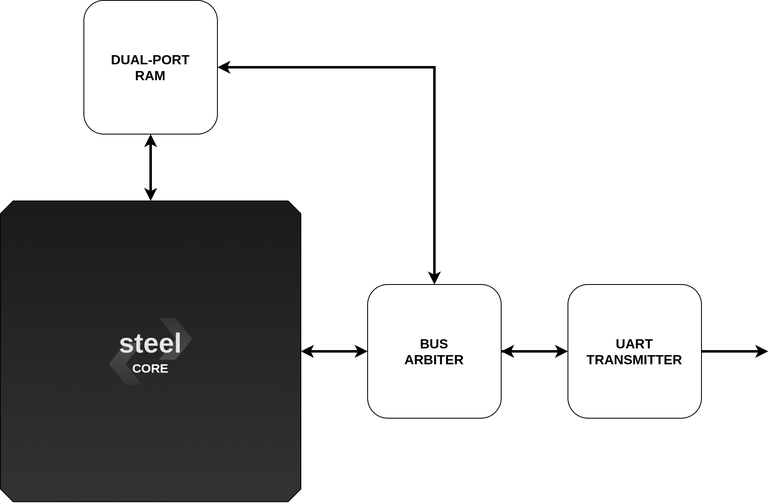
Before: docs/images/steel-soc.png, a diagram exported from draw.io (riscv-steel/riscv-steel). Source tidied: cells renumbered, new cells last; positions are measured from the earlier drawing's top-left corner, leaving out a move shared by most shapes.
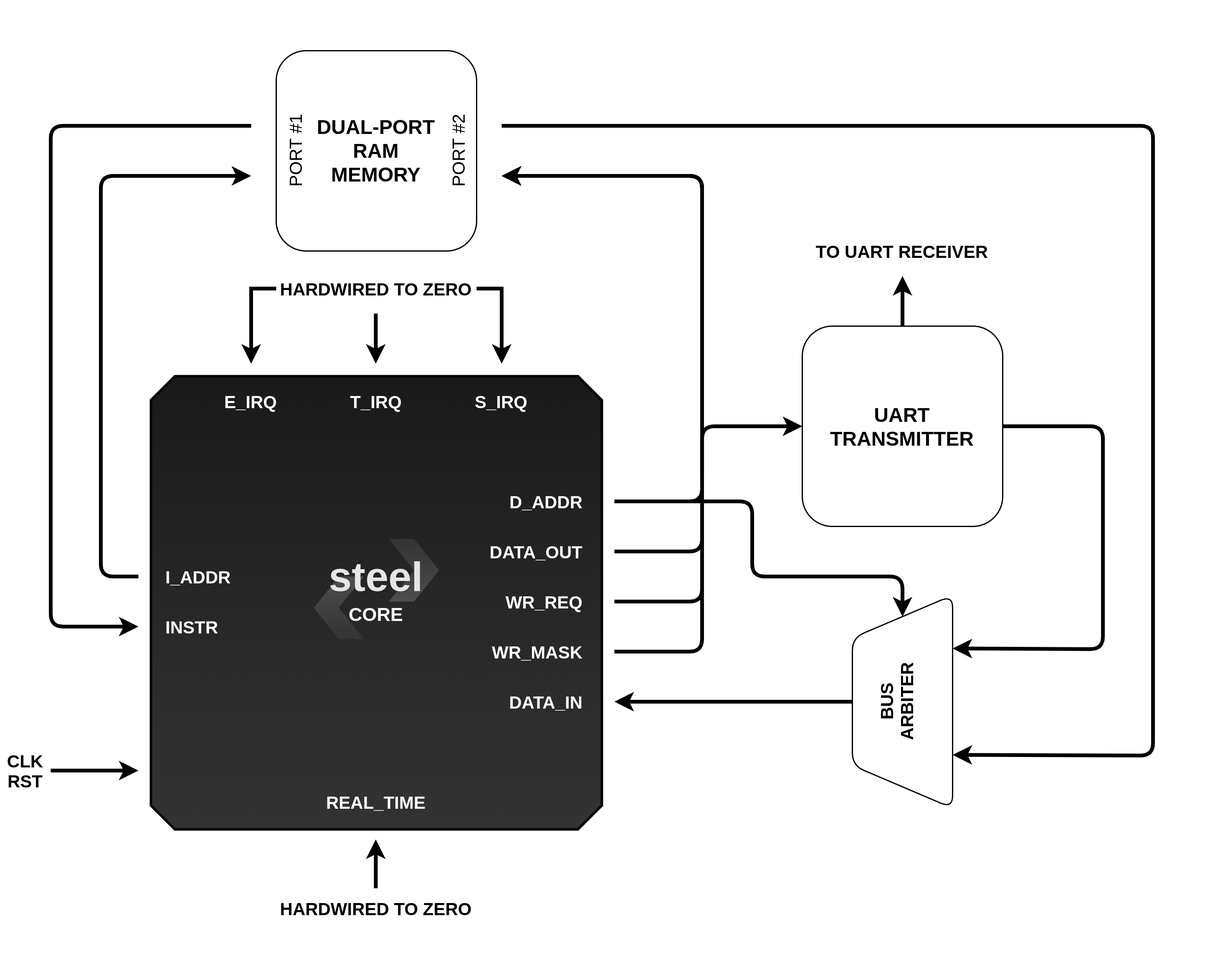
Above is the later version.

Commit message:
Example SoC figure updated.

The edit, as a diff of the source:
```diff
@@ -2,75 +2,224 @@
   <root>
     <mxCell id="0" />
     <mxCell id="1" parent="0" />
-    <mxCell id="2" style="edgeStyle=orthogonalEdgeStyle;rounded=0;jettySize=auto;html=1;exitX=0;exitY=0.5;exitDx=0;exitDy=0;startArrow=classic;startFill=1;strokeWidth=3;entryX=1;entryY=0.5;entryDx=0;entryDy=0;" parent="1" edge="1" source="4" target="7">
-      <mxGeometry relative="1" as="geometry">
-        <Array as="points">
-          <mxPoint x="600" y="420" />
-          <mxPoint x="600" y="420" />
-        </Array>
-      </mxGeometry>
-    </mxCell>
-    <mxCell id="3" style="edgeStyle=orthogonalEdgeStyle;rounded=0;jettySize=auto;html=1;startArrow=none;startFill=0;strokeWidth=3;fontSize=20;fontColor=#000000;" parent="1" edge="1" source="4">
-      <mxGeometry relative="1" as="geometry">
-        <mxPoint x="920" y="420" as="targetPoint" />
-        <Array as="points">
-          <mxPoint x="780" y="420" />
-          <mxPoint x="780" y="420" />
-        </Array>
-      </mxGeometry>
-    </mxCell>
+    <mxCell id="19" style="edgeStyle=orthogonalEdgeStyle;rounded=0;jettySize=auto;html=1;startArrow=none;startFill=0;endArrow=classic;endFill=1;strokeWidth=3;fontSize=14;" parent="1" edge="1" source="4">
+      <mxGeometry relative="1" as="geometry">
+        <mxPoint x="480" y="280" as="targetPoint" />
+      </mxGeometry>
+    </mxCell>
     <mxCell id="4" value="UART&lt;br&gt;TRANSMITTER" style="rounded=1;whiteSpace=wrap;html=1;fontSize=16;fontStyle=1;" parent="1" vertex="1">
-      <mxGeometry x="680" y="340" width="160" height="160" as="geometry" />
+      <mxGeometry x="400" y="320" width="160" height="160" as="geometry" />
     </mxCell>
-    <mxCell id="5" value="DUAL-PORT&lt;br style=&quot;font-size: 16px&quot;&gt;RAM" style="rounded=1;whiteSpace=wrap;html=1;fontSize=16;fontStyle=1;" parent="1" vertex="1">
-      <mxGeometry x="100" width="160" height="160" as="geometry" />
+    <mxCell id="5" value="DUAL-PORT&lt;br style=&quot;font-size: 16px&quot;&gt;RAM&lt;br&gt;MEMORY" style="rounded=1;whiteSpace=wrap;html=1;fontSize=16;fontStyle=1;" parent="1" vertex="1">
+      <mxGeometry x="-20" y="100" width="160" height="160" as="geometry" />
     </mxCell>
-    <mxCell id="6" style="edgeStyle=orthogonalEdgeStyle;rounded=0;jettySize=auto;html=1;entryX=0.5;entryY=1;entryDx=0;entryDy=0;startArrow=classic;startFill=1;strokeWidth=3;" parent="1" edge="1" source="7">
-      <mxGeometry relative="1" as="geometry">
-        <mxPoint x="360" y="420" as="targetPoint" />
-      </mxGeometry>
-    </mxCell>
-    <mxCell id="7" value="BUS&lt;br style=&quot;font-size: 16px&quot;&gt;ARBITER" style="rounded=1;whiteSpace=wrap;html=1;horizontal=1;fontSize=16;fontStyle=1;" parent="1" vertex="1">
-      <mxGeometry x="440" y="340" width="160" height="160" as="geometry" />
-    </mxCell>
-    <mxCell id="8" style="edgeStyle=orthogonalEdgeStyle;rounded=0;jettySize=auto;html=1;startArrow=classic;startFill=1;strokeWidth=3;entryX=0.5;entryY=0;entryDx=0;entryDy=0;" parent="1" edge="1" source="5" target="7">
-      <mxGeometry relative="1" as="geometry">
-        <Array as="points">
-          <mxPoint x="520" y="80" />
-        </Array>
-      </mxGeometry>
-    </mxCell>
-    <mxCell id="9" style="edgeStyle=orthogonalEdgeStyle;rounded=0;jettySize=auto;html=1;strokeWidth=3;startArrow=classic;startFill=1;" parent="1" edge="1" source="5">
-      <mxGeometry relative="1" as="geometry">
-        <mxPoint x="180" y="240" as="targetPoint" />
-      </mxGeometry>
-    </mxCell>
-    <mxCell id="10" style="verticalLabelPosition=bottom;verticalAlign=top;html=1;shape=mxgraph.basic.orthogonal_triangle;rounded=0;glass=0;comic=0;fillColor=#ffffff;gradientColor=none;fontSize=20;fontColor=#000000;strokeColor=#FFFFFF;direction=south;" parent="1" vertex="1">
-      <mxGeometry y="240" width="10" height="10" as="geometry" />
-    </mxCell>
     <mxCell id="11" style="verticalLabelPosition=bottom;verticalAlign=top;html=1;shape=mxgraph.basic.orthogonal_triangle;rounded=0;glass=0;comic=0;fillColor=#ffffff;gradientColor=none;fontSize=20;fontColor=#000000;strokeColor=#FFFFFF;" parent="1" vertex="1">
       <mxGeometry y="590" width="10" height="10" as="geometry" />
     </mxCell>
-    <mxCell id="12" style="verticalLabelPosition=bottom;verticalAlign=top;html=1;shape=mxgraph.basic.orthogonal_triangle;rounded=0;glass=0;comic=0;fillColor=#ffffff;gradientColor=none;fontSize=20;fontColor=#000000;strokeColor=#FFFFFF;direction=west;" parent="1" vertex="1">
-      <mxGeometry x="350" y="240" width="10" height="10" as="geometry" />
-    </mxCell>
-    <mxCell id="13" style="verticalLabelPosition=bottom;verticalAlign=top;html=1;shape=mxgraph.basic.orthogonal_triangle;rounded=0;glass=0;comic=0;fillColor=#ffffff;gradientColor=none;fontSize=20;fontColor=#000000;strokeColor=#FFFFFF;direction=north;" parent="1" vertex="1">
-      <mxGeometry x="350" y="590" width="10" height="10" as="geometry" />
-    </mxCell>
-    <mxCell id="14" style="whiteSpace=wrap;html=1;shape=mxgraph.basic.octagon2;align=center;verticalAlign=middle;dx=7.64;fontSize=16;fillColor=#1A1A1A;gradientColor=#333333;" parent="1" vertex="1">
-      <mxGeometry y="240" width="360" height="360" as="geometry" />
-    </mxCell>
-    <mxCell id="15" style="shape=step;perimeter=stepPerimeter;whiteSpace=wrap;html=1;fixedSize=1;rounded=0;shadow=0;glass=0;comic=0;labelBackgroundColor=none;strokeColor=none;fillColor=#4D4D4D;gradientColor=#333333;fontFamily=Helvetica;fontSize=7;fontColor=#1A1A1A;align=center;gradientDirection=north;size=20;" parent="1" vertex="1">
-      <mxGeometry x="190" y="380" width="40" height="50" as="geometry" />
-    </mxCell>
-    <mxCell id="16" style="shape=step;perimeter=stepPerimeter;whiteSpace=wrap;html=1;fixedSize=1;rounded=0;shadow=0;glass=0;comic=0;labelBackgroundColor=none;strokeColor=none;fillColor=#4D4D4D;gradientColor=#333333;fontFamily=Helvetica;fontSize=7;fontColor=#E6E6E6;align=center;rotation=-180;gradientDirection=north;size=20;" parent="1" vertex="1">
-      <mxGeometry x="130" y="410" width="40" height="50" as="geometry" />
-    </mxCell>
+    <mxCell id="20" style="whiteSpace=wrap;html=1;shape=mxgraph.basic.octagon2;align=center;verticalAlign=middle;dx=9.57;strokeWidth=2;fillColor=#1A1A1A;gradientColor=#333333;" parent="1" vertex="1">
+      <mxGeometry x="-120" y="360" width="360" height="362" as="geometry" />
+    </mxCell>
+    <mxCell id="21" value="I_ADDR" style="text;html=1;strokeColor=none;fillColor=none;align=left;verticalAlign=middle;whiteSpace=wrap;rounded=0;fontSize=14;fontStyle=1;fontColor=#FFFFFF;" parent="1" vertex="1">
+      <mxGeometry x="-110" y="510" width="40" height="20" as="geometry" />
+    </mxCell>
+    <mxCell id="22" value="INSTR" style="text;html=1;strokeColor=none;fillColor=none;align=left;verticalAlign=middle;whiteSpace=wrap;rounded=0;fontSize=14;fontStyle=1;fontColor=#FFFFFF;" parent="1" vertex="1">
+      <mxGeometry x="-110" y="550" width="40" height="20" as="geometry" />
+    </mxCell>
+    <mxCell id="23" value="D_ADDR" style="text;html=1;strokeColor=none;fillColor=none;align=right;verticalAlign=middle;whiteSpace=wrap;rounded=0;fontSize=14;fontStyle=1;fontColor=#FFFFFF;" parent="1" vertex="1">
+      <mxGeometry x="187" y="450" width="40" height="20" as="geometry" />
+    </mxCell>
+    <mxCell id="24" value="DATA_OUT" style="text;html=1;strokeColor=none;fillColor=none;align=right;verticalAlign=middle;whiteSpace=wrap;rounded=0;fontSize=14;fontStyle=1;fontColor=#FFFFFF;" parent="1" vertex="1">
+      <mxGeometry x="187" y="490" width="40" height="20" as="geometry" />
+    </mxCell>
+    <mxCell id="25" value="DATA_IN" style="text;html=1;strokeColor=none;fillColor=none;align=right;verticalAlign=middle;whiteSpace=wrap;rounded=0;fontSize=14;fontStyle=1;fontColor=#FFFFFF;" parent="1" vertex="1">
+      <mxGeometry x="187" y="610" width="40" height="20" as="geometry" />
+    </mxCell>
+    <mxCell id="26" value="WR_REQ" style="text;html=1;strokeColor=none;fillColor=none;align=right;verticalAlign=middle;whiteSpace=wrap;rounded=0;fontSize=14;fontStyle=1;fontColor=#FFFFFF;" parent="1" vertex="1">
+      <mxGeometry x="187" y="530" width="40" height="20" as="geometry" />
+    </mxCell>
+    <mxCell id="27" value="WR_MASK" style="text;html=1;strokeColor=none;fillColor=none;align=right;verticalAlign=middle;whiteSpace=wrap;rounded=0;fontSize=14;fontStyle=1;fontColor=#FFFFFF;" parent="1" vertex="1">
+      <mxGeometry x="187" y="570" width="40" height="20" as="geometry" />
+    </mxCell>
+    <mxCell id="28" value="E_IRQ" style="text;html=1;strokeColor=none;fillColor=none;align=center;verticalAlign=middle;whiteSpace=wrap;rounded=0;fontSize=14;fontStyle=1;fontColor=#FFFFFF;" parent="1" vertex="1">
+      <mxGeometry x="-60" y="370" width="40" height="20" as="geometry" />
+    </mxCell>
+    <mxCell id="29" value="T_IRQ" style="text;html=1;strokeColor=none;fillColor=none;align=center;verticalAlign=middle;whiteSpace=wrap;rounded=0;fontSize=14;fontStyle=1;fontColor=#FFFFFF;" parent="1" vertex="1">
+      <mxGeometry x="40" y="370" width="40" height="20" as="geometry" />
+    </mxCell>
+    <mxCell id="30" value="S_IRQ" style="text;html=1;strokeColor=none;fillColor=none;align=center;verticalAlign=middle;whiteSpace=wrap;rounded=0;fontSize=14;fontStyle=1;fontColor=#FFFFFF;" parent="1" vertex="1">
+      <mxGeometry x="140" y="370" width="40" height="20" as="geometry" />
+    </mxCell>
+    <mxCell id="31" value="REAL_TIME" style="text;html=1;strokeColor=none;fillColor=none;align=center;verticalAlign=middle;whiteSpace=wrap;rounded=0;fontSize=14;fontStyle=1;fontColor=#FFFFFF;" parent="1" vertex="1">
+      <mxGeometry x="40" y="690" width="40" height="20" as="geometry" />
+    </mxCell>
+    <mxCell id="32" style="endArrow=classic;html=1;fontSize=14;fontColor=#E6E6E6;strokeWidth=3;" parent="1" edge="1">
+      <mxGeometry relative="1" as="geometry">
+        <mxPoint x="59.5" y="310" as="sourcePoint" />
+        <mxPoint x="59.5" y="350" as="targetPoint" />
+      </mxGeometry>
+    </mxCell>
+    <mxCell id="33" style="endArrow=classic;html=1;fontSize=14;fontColor=#E6E6E6;strokeWidth=3;" parent="1" edge="1">
+      <mxGeometry relative="1" as="geometry">
+        <mxPoint x="59.5" y="769" as="sourcePoint" />
+        <mxPoint x="59.5" y="730" as="targetPoint" />
+      </mxGeometry>
+    </mxCell>
+    <mxCell id="34" style="edgeStyle=orthogonalEdgeStyle;rounded=0;jettySize=auto;html=1;fontSize=24;strokeWidth=3;" parent="1" edge="1" source="36">
+      <mxGeometry relative="1" as="geometry">
+        <mxPoint x="160" y="350" as="targetPoint" />
+      </mxGeometry>
+    </mxCell>
+    <mxCell id="35" style="edgeStyle=orthogonalEdgeStyle;rounded=0;jettySize=auto;html=1;strokeWidth=3;fontSize=24;" parent="1" edge="1" source="36">
+      <mxGeometry relative="1" as="geometry">
+        <mxPoint x="-40" y="350" as="targetPoint" />
+      </mxGeometry>
+    </mxCell>
+    <mxCell id="36" value="HARDWIRED TO ZERO" style="text;html=1;strokeColor=none;fillColor=none;align=center;verticalAlign=middle;whiteSpace=wrap;rounded=0;fontSize=14;fontColor=#000000;fontStyle=1;" parent="1" vertex="1">
+      <mxGeometry x="-20" y="280" width="160" height="20" as="geometry" />
+    </mxCell>
+    <mxCell id="37" value="HARDWIRED TO ZERO" style="text;html=1;strokeColor=none;fillColor=none;align=center;verticalAlign=middle;whiteSpace=wrap;rounded=0;fontSize=14;fontColor=#000000;fontStyle=1;" parent="1" vertex="1">
+      <mxGeometry x="-120" y="775" width="360" height="20" as="geometry" />
+    </mxCell>
+    <mxCell id="38" style="shape=step;perimeter=stepPerimeter;whiteSpace=wrap;html=1;fixedSize=1;rounded=0;shadow=0;glass=0;comic=0;labelBackgroundColor=none;strokeColor=none;fillColor=#4D4D4D;gradientColor=#333333;fontFamily=Helvetica;fontSize=7;fontColor=#1A1A1A;align=center;gradientDirection=north;size=20;" parent="1" vertex="1">
+      <mxGeometry x="70" y="490" width="40" height="50" as="geometry" />
+    </mxCell>
+    <mxCell id="39" style="shape=step;perimeter=stepPerimeter;whiteSpace=wrap;html=1;fixedSize=1;rounded=0;shadow=0;glass=0;comic=0;labelBackgroundColor=none;strokeColor=none;fillColor=#4D4D4D;gradientColor=#333333;fontFamily=Helvetica;fontSize=7;fontColor=#E6E6E6;align=center;rotation=-180;gradientDirection=north;size=20;" parent="1" vertex="1">
+      <mxGeometry x="10" y="520" width="40" height="50" as="geometry" />
+    </mxCell>
     <mxCell id="17" value="steel" style="text;html=1;strokeColor=none;fillColor=none;align=center;verticalAlign=middle;whiteSpace=wrap;rounded=0;fontSize=33;fontColor=#E6E6E6;fontStyle=1;labelBorderColor=none;labelBackgroundColor=none;fontFamily=Helvetica;" parent="1" vertex="1">
-      <mxGeometry x="160" y="400" width="40" height="20" as="geometry" />
+      <mxGeometry x="40" y="510" width="40" height="20" as="geometry" />
     </mxCell>
     <mxCell id="18" value="CORE" style="text;html=1;strokeColor=none;fillColor=none;align=center;verticalAlign=middle;whiteSpace=wrap;rounded=0;fontSize=15;fontColor=#FFFFFF;fontStyle=1;labelBorderColor=none;labelBackgroundColor=none;fontFamily=Helvetica;" parent="1" vertex="1">
-      <mxGeometry x="160" y="430" width="40" height="20" as="geometry" />
+      <mxGeometry x="40" y="540" width="40" height="20" as="geometry" />
     </mxCell>
+    <mxCell id="40" value="PORT #1" style="text;html=1;strokeColor=none;fillColor=none;align=center;verticalAlign=middle;whiteSpace=wrap;rounded=0;fontSize=14;rotation=-90;" parent="1" vertex="1">
+      <mxGeometry x="-60" y="170" width="110" height="20" as="geometry" />
+    </mxCell>
+    <mxCell id="41" style="endArrow=classic;html=1;strokeWidth=3;fontSize=14;" parent="1" edge="1">
+      <mxGeometry relative="1" as="geometry">
+        <mxPoint x="-130" y="520" as="sourcePoint" />
+        <mxPoint x="-40" y="200" as="targetPoint" />
+        <Array as="points">
+          <mxPoint x="-160" y="520" />
+          <mxPoint x="-160" y="200" />
+        </Array>
+      </mxGeometry>
+    </mxCell>
+    <mxCell id="42" value="PORT #2" style="text;html=1;strokeColor=none;fillColor=none;align=center;verticalAlign=middle;whiteSpace=wrap;rounded=0;fontSize=14;rotation=-90;" parent="1" vertex="1">
+      <mxGeometry x="70" y="170" width="110" height="20" as="geometry" />
+    </mxCell>
+    <mxCell id="43" style="endArrow=none;html=1;strokeWidth=3;fontSize=14;startArrow=classic;startFill=1;endFill=0;" parent="1" edge="1">
+      <mxGeometry relative="1" as="geometry">
+        <mxPoint x="-130" y="560" as="sourcePoint" />
+        <mxPoint x="-40" y="160" as="targetPoint" />
+        <Array as="points">
+          <mxPoint x="-200" y="560" />
+          <mxPoint x="-200" y="160" />
+        </Array>
+      </mxGeometry>
+    </mxCell>
+    <mxCell id="44" style="edgeStyle=orthogonalEdgeStyle;rounded=0;jettySize=auto;html=1;startArrow=none;startFill=0;endArrow=classic;endFill=1;strokeWidth=3;fontSize=14;" parent="1" edge="1" source="45">
+      <mxGeometry relative="1" as="geometry">
+        <mxPoint x="250" y="620" as="targetPoint" />
+      </mxGeometry>
+    </mxCell>
+    <mxCell id="45" style="shape=trapezoid;perimeter=trapezoidPerimeter;whiteSpace=wrap;html=1;direction=south;horizontal=0;fontStyle=1;fontSize=18;gradientDirection=north;rounded=1;rotation=-180;verticalAlign=middle;" parent="1" vertex="1">
+      <mxGeometry x="440" y="535" width="80" height="170" as="geometry" />
+    </mxCell>
+    <mxCell id="46" style="endArrow=classic;html=1;strokeWidth=3;fontSize=14;" parent="1" edge="1">
+      <mxGeometry relative="1" as="geometry">
+        <mxPoint x="250" y="460" as="sourcePoint" />
+        <mxPoint x="160" y="200" as="targetPoint" />
+        <Array as="points">
+          <mxPoint x="320" y="460" />
+          <mxPoint x="320" y="200" />
+        </Array>
+      </mxGeometry>
+    </mxCell>
+    <mxCell id="47" style="endArrow=classic;html=1;strokeWidth=3;fontSize=14;" parent="1" edge="1">
+      <mxGeometry relative="1" as="geometry">
+        <mxPoint x="250" y="500" as="sourcePoint" />
+        <mxPoint x="160" y="200" as="targetPoint" />
+        <Array as="points">
+          <mxPoint x="320" y="500" />
+          <mxPoint x="320" y="200" />
+        </Array>
+      </mxGeometry>
+    </mxCell>
+    <mxCell id="48" style="endArrow=classic;html=1;strokeWidth=3;fontSize=14;" parent="1" edge="1">
+      <mxGeometry relative="1" as="geometry">
+        <mxPoint x="250" y="540" as="sourcePoint" />
+        <mxPoint x="160" y="200" as="targetPoint" />
+        <Array as="points">
+          <mxPoint x="320" y="540" />
+          <mxPoint x="320" y="200" />
+        </Array>
+      </mxGeometry>
+    </mxCell>
+    <mxCell id="49" style="endArrow=classic;html=1;strokeWidth=3;fontSize=14;" parent="1" edge="1">
+      <mxGeometry relative="1" as="geometry">
+        <mxPoint x="250" y="580" as="sourcePoint" />
+        <mxPoint x="160" y="200" as="targetPoint" />
+        <Array as="points">
+          <mxPoint x="320" y="580" />
+          <mxPoint x="320" y="200" />
+        </Array>
+      </mxGeometry>
+    </mxCell>
+    <mxCell id="50" style="endArrow=classic;html=1;strokeWidth=3;fontSize=14;entryX=0;entryY=0.5;entryDx=0;entryDy=0;" parent="1" edge="1" target="4">
+      <mxGeometry relative="1" as="geometry">
+        <mxPoint x="320" y="440" as="sourcePoint" />
+        <Array as="points">
+          <mxPoint x="320" y="400" />
+        </Array>
+      </mxGeometry>
+    </mxCell>
+    <mxCell id="51" style="endArrow=classic;html=1;strokeWidth=3;fontSize=14;entryX=1;entryY=0.5;entryDx=0;entryDy=0;" parent="1" edge="1" target="45">
+      <mxGeometry relative="1" as="geometry">
+        <mxPoint x="260" y="460" as="sourcePoint" />
+        <Array as="points">
+          <mxPoint x="360" y="460" />
+          <mxPoint x="360" y="520" />
+          <mxPoint x="480" y="520" />
+        </Array>
+      </mxGeometry>
+    </mxCell>
+    <mxCell id="52" style="endArrow=classic;html=1;strokeWidth=3;fontSize=14;entryX=0.25;entryY=1;entryDx=0;entryDy=0;" parent="1" edge="1" target="45">
+      <mxGeometry relative="1" as="geometry">
+        <mxPoint x="160" y="160" as="sourcePoint" />
+        <Array as="points">
+          <mxPoint x="680" y="160" />
+          <mxPoint x="680" y="663" />
+        </Array>
+      </mxGeometry>
+    </mxCell>
+    <mxCell id="53" style="endArrow=classic;html=1;strokeWidth=3;fontSize=14;entryX=0.75;entryY=1;entryDx=0;entryDy=0;exitX=1;exitY=0.5;exitDx=0;exitDy=0;" parent="1" edge="1" source="4" target="45">
+      <mxGeometry relative="1" as="geometry">
+        <Array as="points">
+          <mxPoint x="640" y="400" />
+          <mxPoint x="640" y="578" />
+        </Array>
+      </mxGeometry>
+    </mxCell>
+    <mxCell id="7" value="BUS&lt;br&gt;ARBITER" style="text;html=1;strokeColor=none;fillColor=none;align=center;verticalAlign=middle;whiteSpace=wrap;rounded=0;fontSize=14;fontStyle=1;rotation=-90;" parent="1" vertex="1">
+      <mxGeometry x="420" y="608" width="110" height="24" as="geometry" />
+    </mxCell>
+    <mxCell id="54" value="TO UART RECEIVER" style="text;html=1;strokeColor=none;fillColor=none;align=center;verticalAlign=middle;whiteSpace=wrap;rounded=0;fontSize=14;fontColor=#000000;fontStyle=1;" parent="1" vertex="1">
+      <mxGeometry x="400" y="250" width="160" height="20" as="geometry" />
+    </mxCell>
+    <mxCell id="55" value="CLK&lt;br&gt;RST" style="text;html=1;strokeColor=none;fillColor=none;align=center;verticalAlign=middle;whiteSpace=wrap;rounded=0;fontSize=14;fontColor=#000000;fontStyle=1;" parent="1" vertex="1">
+      <mxGeometry x="-240" y="645" width="40" height="60" as="geometry" />
+    </mxCell>
+    <mxCell id="56" style="endArrow=classic;html=1;strokeWidth=3;fontSize=14;exitX=1;exitY=0.5;exitDx=0;exitDy=0;" parent="1" edge="1" source="55">
+      <mxGeometry relative="1" as="geometry">
+        <mxPoint x="-130" y="675" as="targetPoint" />
+      </mxGeometry>
+    </mxCell>
+    <mxCell id="57" style="rounded=0;whiteSpace=wrap;html=1;fontSize=14;strokeColor=none;" parent="1" vertex="1">
+      <mxGeometry x="600" y="780" width="120" height="60" as="geometry" />
+    </mxCell>
+    <mxCell id="58" style="rounded=0;whiteSpace=wrap;html=1;fontSize=14;strokeColor=none;" parent="1" vertex="1">
+      <mxGeometry x="-240" y="60" width="120" height="60" as="geometry" />
+    </mxCell>
   </root>
 </mxGraphModel>
```
